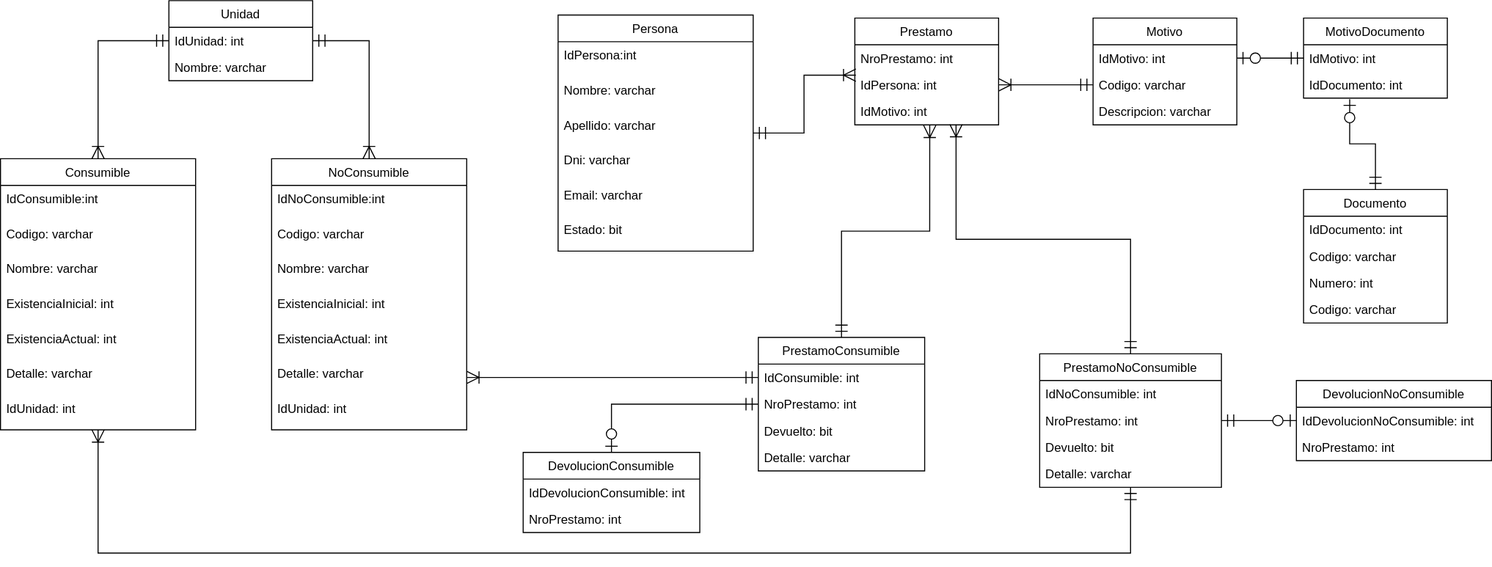
Before: deposito.drawio.svg, a diagram exported from draw.io (ET12DevOps/DepositoApp). Source tidied: cells renumbered, new cells last; positions are measured from the earlier drawing's top-left corner, leaving out a move shared by most shapes.
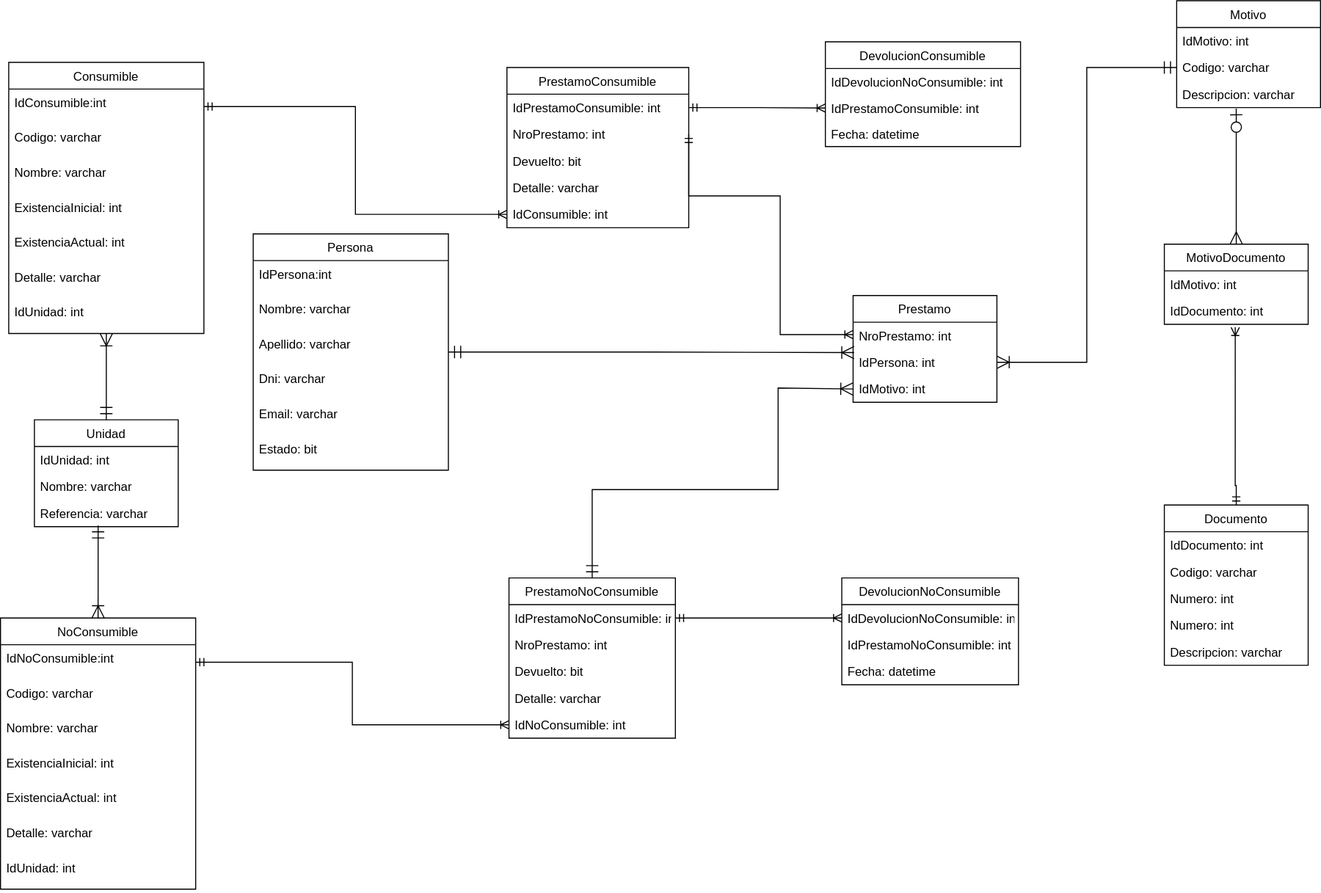
The same file after the commit.

Diff of the diagram source:
```diff
@@ -4,3 +4,3 @@
     <mxCell id="1" parent="0" />
-    <mxCell id="2" style="edgeStyle=orthogonalEdgeStyle;rounded=0;jettySize=auto;html=1;entryX=0;entryY=0.5;entryDx=0;entryDy=0;endArrow=ERmandOne;endFill=0;startSize=10;endSize=10;startArrow=ERoneToMany;startFill=0;" parent="1" edge="1" source="3" target="12">
+    <mxCell id="2" style="edgeStyle=orthogonalEdgeStyle;rounded=0;jettySize=auto;html=1;endArrow=ERmandOne;endFill=0;startSize=10;endSize=10;startArrow=ERoneToMany;startFill=0;entryX=0.5;entryY=0;entryDx=0;entryDy=0;" parent="1" edge="1" source="3" target="11">
       <mxGeometry relative="1" as="geometry" />
@@ -8,3 +8,3 @@
     <mxCell id="3" value="Consumible" style="swimlane;fontStyle=0;horizontal=1;startSize=26;" parent="1" vertex="1">
-      <mxGeometry y="154" width="190" height="264" as="geometry" />
+      <mxGeometry x="-66" y="-7" width="190" height="264" as="geometry" />
     </mxCell>
@@ -32,3 +32,3 @@
     <mxCell id="11" value="Unidad" style="swimlane;fontStyle=0;horizontal=1;startSize=26;" parent="1" vertex="1">
-      <mxGeometry x="164" width="140" height="78" as="geometry" />
+      <mxGeometry x="-41" y="341" width="140" height="104" as="geometry" />
     </mxCell>
@@ -40,4 +40,7 @@
     </mxCell>
+    <mxCell id="72" value="Referencia: varchar" style="text;strokeColor=none;fillColor=none;align=left;verticalAlign=top;spacingLeft=4;spacingRight=4;overflow=hidden;points=[[0,0.5],[1,0.5]];portConstraint=eastwest;" parent="11" vertex="1">
+      <mxGeometry y="78" width="140" height="26" as="geometry" />
+    </mxCell>
     <mxCell id="14" value="NoConsumible" style="swimlane;fontStyle=0;horizontal=1;startSize=26;" parent="1" vertex="1">
-      <mxGeometry x="264" y="154" width="190" height="264" as="geometry" />
+      <mxGeometry x="-74" y="534" width="190" height="264" as="geometry" />
     </mxCell>
@@ -68,3 +71,3 @@
     <mxCell id="23" value="Persona" style="swimlane;fontStyle=0;horizontal=1;startSize=26;" parent="1" vertex="1">
-      <mxGeometry x="543" y="14" width="190" height="230" as="geometry" />
+      <mxGeometry x="172" y="160" width="190" height="230" as="geometry" />
     </mxCell>
@@ -89,3 +92,3 @@
     <mxCell id="30" value="Motivo" style="swimlane;fontStyle=0;horizontal=1;startSize=26;" parent="1" vertex="1">
-      <mxGeometry x="1064" y="17" width="140" height="104" as="geometry" />
+      <mxGeometry x="1071" y="-67" width="140" height="104" as="geometry" />
     </mxCell>
@@ -101,3 +104,3 @@
     <mxCell id="34" value="Documento" style="swimlane;fontStyle=0;horizontal=1;startSize=26;" parent="1" vertex="1">
-      <mxGeometry x="1269" y="184" width="140" height="130" as="geometry" />
+      <mxGeometry x="1059" y="424" width="140" height="156" as="geometry" />
     </mxCell>
@@ -109,10 +112,13 @@
     </mxCell>
+    <mxCell id="73" value="Numero: int" style="text;strokeColor=none;fillColor=none;align=left;verticalAlign=top;spacingLeft=4;spacingRight=4;overflow=hidden;" parent="34" vertex="1">
+      <mxGeometry y="78" width="140" height="26" as="geometry" />
+    </mxCell>
     <mxCell id="37" value="Numero: int" style="text;strokeColor=none;fillColor=none;align=left;verticalAlign=top;spacingLeft=4;spacingRight=4;overflow=hidden;" parent="34" vertex="1">
-      <mxGeometry y="78" width="140" height="26" as="geometry" />
+      <mxGeometry y="104" width="140" height="26" as="geometry" />
     </mxCell>
-    <mxCell id="38" value="Codigo: varchar" style="text;strokeColor=none;fillColor=none;align=left;verticalAlign=top;spacingLeft=4;spacingRight=4;overflow=hidden;" parent="34" vertex="1">
-      <mxGeometry y="104" width="140" height="26" as="geometry" />
+    <mxCell id="38" value="Descripcion: varchar" style="text;strokeColor=none;fillColor=none;align=left;verticalAlign=top;spacingLeft=4;spacingRight=4;overflow=hidden;" parent="34" vertex="1">
+      <mxGeometry y="130" width="140" height="26" as="geometry" />
     </mxCell>
     <mxCell id="39" value="MotivoDocumento" style="swimlane;fontStyle=0;horizontal=1;startSize=26;" parent="1" vertex="1">
-      <mxGeometry x="1269" y="17" width="140" height="78" as="geometry" />
+      <mxGeometry x="1059" y="170" width="140" height="78" as="geometry" />
     </mxCell>
@@ -125,3 +131,3 @@
     <mxCell id="42" value="Prestamo" style="swimlane;fontStyle=0;horizontal=1;startSize=26;" parent="1" vertex="1">
-      <mxGeometry x="832" y="17" width="140" height="104" as="geometry" />
+      <mxGeometry x="756" y="220" width="140" height="104" as="geometry" />
     </mxCell>
@@ -136,9 +142,15 @@
     </mxCell>
-    <mxCell id="46" style="edgeStyle=orthogonalEdgeStyle;rounded=0;jettySize=auto;html=1;entryX=0.521;entryY=1.015;entryDx=0;entryDy=0;entryPerimeter=0;endSize=10;startSize=10;endArrow=ERoneToMany;endFill=0;startArrow=ERmandOne;startFill=0;" parent="1" edge="1" source="47" target="45">
-      <mxGeometry relative="1" as="geometry" />
+    <mxCell id="46" style="edgeStyle=orthogonalEdgeStyle;rounded=0;jettySize=auto;html=1;entryX=0;entryY=0.5;entryDx=0;entryDy=0;endSize=10;startSize=10;endArrow=ERoneToMany;endFill=0;startArrow=ERmandOne;startFill=0;" parent="1" edge="1" source="47" target="45">
+      <mxGeometry relative="1" as="geometry">
+        <Array as="points">
+          <mxPoint x="502" y="409" />
+          <mxPoint x="683" y="409" />
+          <mxPoint x="683" y="310" />
+        </Array>
+      </mxGeometry>
     </mxCell>
-    <mxCell id="47" value="PrestamoConsumible" style="swimlane;fontStyle=0;horizontal=1;startSize=26;" parent="1" vertex="1">
-      <mxGeometry x="738" y="328" width="162" height="130" as="geometry" />
+    <mxCell id="47" value="PrestamoNoConsumible" style="swimlane;fontStyle=0;horizontal=1;startSize=26;" parent="1" vertex="1">
+      <mxGeometry x="421" y="495" width="162" height="156" as="geometry" />
     </mxCell>
-    <mxCell id="48" value="IdConsumible: int" style="text;strokeColor=none;fillColor=none;align=left;verticalAlign=top;spacingLeft=4;spacingRight=4;overflow=hidden;points=[[0,0.5],[1,0.5]];portConstraint=eastwest;" parent="47" vertex="1">
+    <mxCell id="48" value="IdPrestamoNoConsumible: int" style="text;strokeColor=none;fillColor=none;align=left;verticalAlign=top;spacingLeft=4;spacingRight=4;overflow=hidden;points=[[0,0.5],[1,0.5]];portConstraint=eastwest;" parent="47" vertex="1">
       <mxGeometry y="26" width="162" height="26" as="geometry" />
@@ -154,17 +166,9 @@
     </mxCell>
-    <mxCell id="52" style="edgeStyle=orthogonalEdgeStyle;rounded=0;jettySize=auto;html=1;entryX=0.704;entryY=0.985;entryDx=0;entryDy=0;entryPerimeter=0;endSize=10;startSize=10;endArrow=ERoneToMany;endFill=0;startArrow=ERmandOne;startFill=0;" parent="1" edge="1" source="54" target="45">
-      <mxGeometry relative="1" as="geometry" />
-    </mxCell>
-    <mxCell id="53" style="edgeStyle=orthogonalEdgeStyle;rounded=0;jettySize=auto;html=1;endSize=10;startSize=10;endArrow=ERoneToMany;endFill=0;startArrow=ERmandOne;startFill=0;" parent="1" edge="1" source="54" target="10">
-      <mxGeometry relative="1" as="geometry">
-        <Array as="points">
-          <mxPoint x="1101" y="538" />
-          <mxPoint x="95" y="538" />
-        </Array>
-      </mxGeometry>
-    </mxCell>
+    <mxCell id="74" value="IdNoConsumible: int&#10;" style="text;strokeColor=none;fillColor=none;align=left;verticalAlign=top;spacingLeft=4;spacingRight=4;overflow=hidden;points=[[0,0.5],[1,0.5]];portConstraint=eastwest;" parent="47" vertex="1">
+      <mxGeometry y="130" width="162" height="26" as="geometry" />
+    </mxCell>
-    <mxCell id="54" value="PrestamoNoConsumible" style="swimlane;fontStyle=0;horizontal=1;startSize=26;" parent="1" vertex="1">
-      <mxGeometry x="1012" y="344" width="177" height="130" as="geometry" />
+    <mxCell id="54" value="PrestamoConsumible" style="swimlane;fontStyle=0;horizontal=1;startSize=26;" parent="1" vertex="1">
+      <mxGeometry x="419" y="-2" width="177" height="156" as="geometry" />
     </mxCell>
-    <mxCell id="55" value="IdNoConsumible: int" style="text;strokeColor=none;fillColor=none;align=left;verticalAlign=top;spacingLeft=4;spacingRight=4;overflow=hidden;points=[[0,0.5],[1,0.5]];portConstraint=eastwest;" parent="54" vertex="1">
+    <mxCell id="55" value="IdPrestamoConsumible: int" style="text;strokeColor=none;fillColor=none;align=left;verticalAlign=top;spacingLeft=4;spacingRight=4;overflow=hidden;points=[[0,0.5],[1,0.5]];portConstraint=eastwest;" parent="54" vertex="1">
       <mxGeometry y="26" width="177" height="26" as="geometry" />
@@ -180,19 +184,19 @@
     </mxCell>
-    <mxCell id="59" style="edgeStyle=orthogonalEdgeStyle;rounded=0;jettySize=auto;html=1;entryX=0;entryY=0.5;entryDx=0;entryDy=0;endSize=10;startSize=10;endArrow=ERmandOne;endFill=0;startArrow=ERzeroToOne;startFill=1;" parent="1" edge="1" source="60" target="49">
-      <mxGeometry relative="1" as="geometry" />
-    </mxCell>
+    <mxCell id="75" value="IdConsumible: int" style="text;strokeColor=none;fillColor=none;align=left;verticalAlign=top;spacingLeft=4;spacingRight=4;overflow=hidden;points=[[0,0.5],[1,0.5]];portConstraint=eastwest;" parent="54" vertex="1">
+      <mxGeometry y="130" width="177" height="26" as="geometry" />
+    </mxCell>
-    <mxCell id="60" value="DevolucionConsumible" style="swimlane;fontStyle=0;horizontal=1;startSize=26;" parent="1" vertex="1">
-      <mxGeometry x="509" y="440" width="172" height="78" as="geometry" />
+    <mxCell id="60" value="DevolucionNoConsumible" style="swimlane;fontStyle=0;horizontal=1;startSize=26;" parent="1" vertex="1">
+      <mxGeometry x="745" y="495" width="172" height="104" as="geometry" />
     </mxCell>
-    <mxCell id="61" value="IdDevolucionConsumible: int" style="text;strokeColor=none;fillColor=none;align=left;verticalAlign=top;spacingLeft=4;spacingRight=4;overflow=hidden;points=[[0,0.5],[1,0.5]];portConstraint=eastwest;" parent="60" vertex="1">
+    <mxCell id="61" value="IdDevolucionNoConsumible: int" style="text;strokeColor=none;fillColor=none;align=left;verticalAlign=top;spacingLeft=4;spacingRight=4;overflow=hidden;points=[[0,0.5],[1,0.5]];portConstraint=eastwest;" parent="60" vertex="1">
       <mxGeometry y="26" width="172" height="26" as="geometry" />
     </mxCell>
-    <mxCell id="62" value="NroPrestamo: int" style="text;strokeColor=none;fillColor=none;align=left;verticalAlign=top;spacingLeft=4;spacingRight=4;overflow=hidden;" parent="60" vertex="1">
+    <mxCell id="62" value="IdPrestamoNoConsumible: int" style="text;strokeColor=none;fillColor=none;align=left;verticalAlign=top;spacingLeft=4;spacingRight=4;overflow=hidden;" parent="60" vertex="1">
       <mxGeometry y="52" width="172" height="26" as="geometry" />
     </mxCell>
-    <mxCell id="63" style="edgeStyle=orthogonalEdgeStyle;rounded=0;jettySize=auto;html=1;exitX=0;exitY=0.5;exitDx=0;exitDy=0;endSize=10;startSize=10;endArrow=ERmandOne;endFill=0;startArrow=ERzeroToOne;startFill=1;" parent="1" edge="1" source="65" target="56">
-      <mxGeometry relative="1" as="geometry" />
-    </mxCell>
+    <mxCell id="76" value="Fecha: datetime" style="text;strokeColor=none;fillColor=none;align=left;verticalAlign=top;spacingLeft=4;spacingRight=4;overflow=hidden;" parent="60" vertex="1">
+      <mxGeometry y="78" width="172" height="26" as="geometry" />
+    </mxCell>
-    <mxCell id="64" value="DevolucionNoConsumible" style="swimlane;fontStyle=0;horizontal=1;startSize=26;" parent="1" vertex="1">
-      <mxGeometry x="1262" y="370" width="190" height="78" as="geometry" />
+    <mxCell id="64" value="DevolucionConsumible" style="swimlane;fontStyle=0;horizontal=1;startSize=26;" parent="1" vertex="1">
+      <mxGeometry x="729" y="-27" width="190" height="102" as="geometry" />
     </mxCell>
@@ -201,20 +205,49 @@
     </mxCell>
-    <mxCell id="66" value="NroPrestamo: int" style="text;strokeColor=none;fillColor=none;align=left;verticalAlign=top;spacingLeft=4;spacingRight=4;overflow=hidden;" parent="64" vertex="1">
-      <mxGeometry y="52" width="190" height="26" as="geometry" />
-    </mxCell>
+    <mxCell id="77" value="IdPrestamoConsumible: int " style="text;strokeColor=none;fillColor=none;align=left;verticalAlign=top;spacingLeft=4;spacingRight=4;overflow=hidden;points=[[0,0.5],[1,0.5]];portConstraint=eastwest;" parent="64" vertex="1">
+      <mxGeometry y="52" width="190" height="25" as="geometry" />
+    </mxCell>
+    <mxCell id="78" value="Fecha: datetime" style="text;strokeColor=none;fillColor=none;align=left;verticalAlign=top;spacingLeft=4;spacingRight=4;overflow=hidden;" parent="64" vertex="1">
+      <mxGeometry y="77" width="190" height="25" as="geometry" />
+    </mxCell>
-    <mxCell id="67" style="edgeStyle=orthogonalEdgeStyle;rounded=0;jettySize=auto;html=1;entryX=1;entryY=0.5;entryDx=0;entryDy=0;exitX=0.5;exitY=0;exitDx=0;exitDy=0;endSize=10;startSize=10;startArrow=ERoneToMany;startFill=0;endArrow=ERmandOne;endFill=0;" parent="1" edge="1" source="14" target="12">
+    <mxCell id="67" style="edgeStyle=orthogonalEdgeStyle;rounded=0;jettySize=auto;html=1;entryX=0.443;entryY=0.962;entryDx=0;entryDy=0;exitX=0.5;exitY=0;exitDx=0;exitDy=0;endSize=10;startSize=10;startArrow=ERoneToMany;startFill=0;endArrow=ERmandOne;endFill=0;entryPerimeter=0;" parent="1" edge="1" source="14" target="72">
       <mxGeometry relative="1" as="geometry" />
     </mxCell>
-    <mxCell id="68" style="edgeStyle=orthogonalEdgeStyle;rounded=0;jettySize=auto;html=1;entryX=1;entryY=0.5;entryDx=0;entryDy=0;startArrow=ERmandOne;startFill=0;endArrow=ERzeroToOne;endFill=1;endSize=10;startSize=10;" parent="1" edge="1" source="40" target="31">
-      <mxGeometry relative="1" as="geometry" />
+    <mxCell id="68" style="edgeStyle=orthogonalEdgeStyle;rounded=0;jettySize=auto;html=1;entryX=0.414;entryY=1.038;entryDx=0;entryDy=0;startArrow=ERmany;startFill=0;endArrow=ERzeroToOne;endFill=1;endSize=10;startSize=10;entryPerimeter=0;exitX=0.5;exitY=0;exitDx=0;exitDy=0;" parent="1" edge="1" source="39" target="33">
+      <mxGeometry relative="1" as="geometry">
+        <Array as="points">
+          <mxPoint x="1129" y="45" />
+        </Array>
+      </mxGeometry>
     </mxCell>
+    <mxCell id="70" style="edgeStyle=orthogonalEdgeStyle;rounded=0;jettySize=auto;html=1;entryX=0;entryY=0.5;entryDx=0;entryDy=0;endSize=10;startSize=10;endArrow=ERmandOne;endFill=0;startArrow=ERoneToMany;startFill=0;" parent="1" edge="1" source="44" target="32">
+      <mxGeometry relative="1" as="geometry" />
+    </mxCell>
+    <mxCell id="79" style="edgeStyle=orthogonalEdgeStyle;rounded=0;jettySize=auto;html=1;exitX=1;exitY=0.5;exitDx=0;exitDy=0;entryX=0;entryY=0.5;entryDx=0;entryDy=0;endArrow=ERoneToMany;endFill=0;startArrow=ERmandOne;startFill=0;" parent="1" edge="1" source="55" target="77">
+      <mxGeometry relative="1" as="geometry" />
+    </mxCell>
+    <mxCell id="80" style="edgeStyle=orthogonalEdgeStyle;rounded=0;jettySize=auto;html=1;exitX=1;exitY=0.5;exitDx=0;exitDy=0;entryX=0;entryY=0.5;entryDx=0;entryDy=0;startArrow=ERmandOne;startFill=0;endArrow=ERoneToMany;endFill=0;" parent="1" edge="1" source="48" target="61">
+      <mxGeometry relative="1" as="geometry" />
+    </mxCell>
+    <mxCell id="81" style="edgeStyle=orthogonalEdgeStyle;rounded=0;jettySize=auto;html=1;exitX=1;exitY=0.5;exitDx=0;exitDy=0;entryX=0;entryY=0.5;entryDx=0;entryDy=0;startArrow=ERmandOne;startFill=0;endArrow=ERoneToMany;endFill=0;" parent="1" edge="1" source="15" target="74">
+      <mxGeometry relative="1" as="geometry" />
+    </mxCell>
+    <mxCell id="82" style="edgeStyle=orthogonalEdgeStyle;rounded=0;jettySize=auto;html=1;exitX=1;exitY=0.5;exitDx=0;exitDy=0;startArrow=ERmandOne;startFill=0;endArrow=ERoneToMany;endFill=0;" parent="1" edge="1" source="4" target="75">
+      <mxGeometry relative="1" as="geometry" />
+    </mxCell>
+    <mxCell id="83" style="edgeStyle=orthogonalEdgeStyle;rounded=0;jettySize=auto;html=1;exitX=1;exitY=0.5;exitDx=0;exitDy=0;startArrow=ERmandOne;startFill=0;endArrow=ERoneToMany;endFill=0;" parent="1" edge="1" source="56" target="43">
+      <mxGeometry relative="1" as="geometry">
+        <Array as="points">
+          <mxPoint x="596" y="123" />
+          <mxPoint x="685" y="123" />
+          <mxPoint x="685" y="258" />
+        </Array>
+      </mxGeometry>
+    </mxCell>
-    <mxCell id="69" style="edgeStyle=orthogonalEdgeStyle;rounded=0;jettySize=auto;html=1;endSize=10;startSize=10;endArrow=ERzeroToOne;endFill=1;startArrow=ERmandOne;startFill=0;entryX=0.321;entryY=1.038;entryDx=0;entryDy=0;entryPerimeter=0;exitX=0.5;exitY=0;exitDx=0;exitDy=0;" parent="1" edge="1" source="34" target="41">
-      <mxGeometry relative="1" as="geometry" />
+    <mxCell id="69" style="edgeStyle=orthogonalEdgeStyle;rounded=0;jettySize=auto;html=1;startArrow=ERmandOne;startFill=0;endArrow=ERoneToMany;endFill=0;exitX=0.5;exitY=0;exitDx=0;exitDy=0;entryX=0.493;entryY=1.115;entryDx=0;entryDy=0;entryPerimeter=0;" parent="1" edge="1" source="34" target="41">
+      <mxGeometry relative="1" as="geometry">
+        <Array as="points">
+          <mxPoint x="1128" y="405" />
+        </Array>
+      </mxGeometry>
     </mxCell>
-    <mxCell id="70" style="edgeStyle=orthogonalEdgeStyle;rounded=0;jettySize=auto;html=1;entryX=0;entryY=0.5;entryDx=0;entryDy=0;endSize=10;startSize=10;endArrow=ERmandOne;endFill=0;startArrow=ERoneToMany;startFill=0;" parent="1" edge="1" source="44" target="32">
-      <mxGeometry relative="1" as="geometry" />
-    </mxCell>
-    <mxCell id="71" style="edgeStyle=orthogonalEdgeStyle;rounded=0;jettySize=auto;html=1;endSize=10;startSize=10;endArrow=ERoneToMany;endFill=0;startArrow=ERmandOne;startFill=0;" parent="1" edge="1" source="48" target="20">
-      <mxGeometry relative="1" as="geometry" />
-    </mxCell>
   </root>
```
